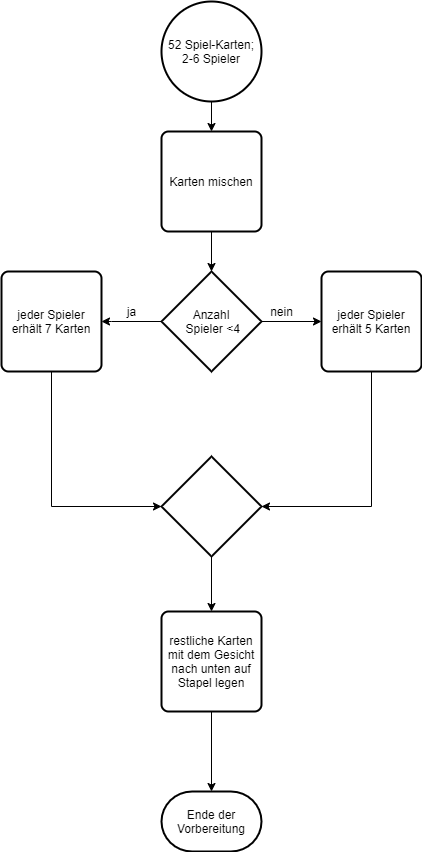
Before: documentation/spielstart.drawio.png, a diagram exported from draw.io (larsgilles/goFish). Source tidied: cells renumbered, new cells last; positions are measured from the earlier drawing's top-left corner, leaving out a move shared by most shapes.
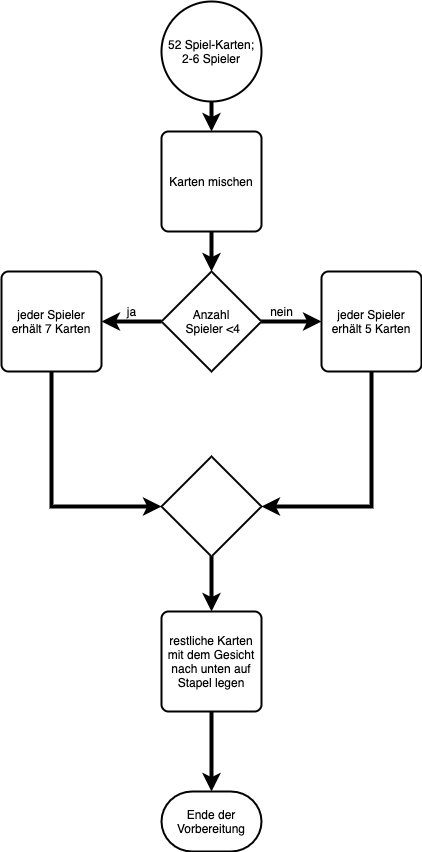
Later version of the same file.

Change to the diagram source:
```diff
@@ -2,19 +2,19 @@
   <root>
     <mxCell id="0" />
     <mxCell id="1" parent="0" />
-    <mxCell id="2" style="edgeStyle=orthogonalEdgeStyle;rounded=0;jettySize=auto;html=1;entryX=0.5;entryY=0;entryDx=0;entryDy=0;" parent="1" edge="1" source="3" target="5">
+    <mxCell id="2" style="edgeStyle=orthogonalEdgeStyle;rounded=0;jettySize=auto;html=1;entryX=0.5;entryY=0;entryDx=0;entryDy=0;strokeWidth=4;" parent="1" edge="1" source="3" target="5">
       <mxGeometry relative="1" as="geometry" />
     </mxCell>
     <mxCell id="3" value="52 Spiel-Karten;&lt;br&gt;2-6 Spieler" style="strokeWidth=2;html=1;shape=mxgraph.flowchart.start_2;whiteSpace=wrap;" parent="1" vertex="1">
       <mxGeometry x="160" width="100" height="100" as="geometry" />
     </mxCell>
-    <mxCell id="4" style="edgeStyle=orthogonalEdgeStyle;rounded=0;jettySize=auto;html=1;entryX=0.5;entryY=0;entryDx=0;entryDy=0;entryPerimeter=0;" parent="1" edge="1" source="5" target="8">
+    <mxCell id="4" style="edgeStyle=orthogonalEdgeStyle;rounded=0;jettySize=auto;html=1;entryX=0.5;entryY=0;entryDx=0;entryDy=0;entryPerimeter=0;strokeWidth=4;" parent="1" edge="1" source="5" target="8">
       <mxGeometry relative="1" as="geometry" />
     </mxCell>
     <mxCell id="5" value="Karten mischen" style="rounded=1;whiteSpace=wrap;html=1;absoluteArcSize=1;arcSize=14;strokeWidth=2;" parent="1" vertex="1">
       <mxGeometry x="160" y="130" width="100" height="100" as="geometry" />
     </mxCell>
-    <mxCell id="6" style="edgeStyle=orthogonalEdgeStyle;rounded=0;jettySize=auto;html=1;" parent="1" edge="1" source="8" target="10">
+    <mxCell id="6" style="edgeStyle=orthogonalEdgeStyle;rounded=0;jettySize=auto;html=1;strokeWidth=4;" parent="1" edge="1" source="8" target="10">
       <mxGeometry relative="1" as="geometry">
         <Array as="points">
           <mxPoint x="110" y="320" />
@@ -22,13 +22,13 @@
         </Array>
       </mxGeometry>
     </mxCell>
-    <mxCell id="7" style="edgeStyle=orthogonalEdgeStyle;rounded=0;jettySize=auto;html=1;" parent="1" edge="1" source="8" target="13">
+    <mxCell id="7" style="edgeStyle=orthogonalEdgeStyle;rounded=0;jettySize=auto;html=1;strokeWidth=4;" parent="1" edge="1" source="8" target="13">
       <mxGeometry relative="1" as="geometry" />
     </mxCell>
     <mxCell id="8" value="Anzahl&lt;br&gt;&amp;nbsp;Spieler &amp;lt;4" style="strokeWidth=2;html=1;shape=mxgraph.flowchart.decision;whiteSpace=wrap;" parent="1" vertex="1">
       <mxGeometry x="160" y="270" width="100" height="100" as="geometry" />
     </mxCell>
-    <mxCell id="9" style="edgeStyle=orthogonalEdgeStyle;rounded=0;jettySize=auto;html=1;" parent="1" edge="1" source="10" target="16">
+    <mxCell id="9" style="edgeStyle=orthogonalEdgeStyle;rounded=0;jettySize=auto;html=1;strokeWidth=4;" parent="1" edge="1" source="10" target="16">
       <mxGeometry relative="1" as="geometry">
         <Array as="points">
           <mxPoint x="50" y="505" />
@@ -41,7 +41,7 @@
     <mxCell id="11" value="ja" style="text;html=1;align=center;verticalAlign=middle;strokeColor=none;" parent="1" vertex="1">
       <mxGeometry x="120" y="300" width="20" height="20" as="geometry" />
     </mxCell>
-    <mxCell id="12" style="edgeStyle=orthogonalEdgeStyle;rounded=0;jettySize=auto;html=1;" parent="1" edge="1" source="13" target="16">
+    <mxCell id="12" style="edgeStyle=orthogonalEdgeStyle;rounded=0;jettySize=auto;html=1;strokeWidth=4;" parent="1" edge="1" source="13" target="16">
       <mxGeometry relative="1" as="geometry">
         <Array as="points">
           <mxPoint x="370" y="505" />
@@ -54,13 +54,13 @@
     <mxCell id="14" value="nein" style="text;html=1;align=center;verticalAlign=middle;strokeColor=none;" parent="1" vertex="1">
       <mxGeometry x="260" y="300" width="40" height="20" as="geometry" />
     </mxCell>
-    <mxCell id="15" style="edgeStyle=orthogonalEdgeStyle;rounded=0;jettySize=auto;html=1;entryX=0.5;entryY=0;entryDx=0;entryDy=0;" parent="1" edge="1" source="16" target="18">
+    <mxCell id="15" style="edgeStyle=orthogonalEdgeStyle;rounded=0;jettySize=auto;html=1;entryX=0.5;entryY=0;entryDx=0;entryDy=0;strokeWidth=4;" parent="1" edge="1" source="16" target="18">
       <mxGeometry relative="1" as="geometry" />
     </mxCell>
     <mxCell id="16" style="strokeWidth=2;html=1;shape=mxgraph.flowchart.decision;whiteSpace=wrap;" parent="1" vertex="1">
       <mxGeometry x="160" y="455" width="100" height="100" as="geometry" />
     </mxCell>
-    <mxCell id="17" style="edgeStyle=orthogonalEdgeStyle;rounded=0;jettySize=auto;html=1;" parent="1" edge="1" source="18" target="19">
+    <mxCell id="17" style="edgeStyle=orthogonalEdgeStyle;rounded=0;jettySize=auto;html=1;strokeWidth=4;" parent="1" edge="1" source="18" target="19">
       <mxGeometry relative="1" as="geometry" />
     </mxCell>
     <mxCell id="18" value="restliche Karten mit dem Gesicht nach unten auf Stapel legen" style="rounded=1;whiteSpace=wrap;html=1;absoluteArcSize=1;arcSize=14;strokeWidth=2;" parent="1" vertex="1">
```
